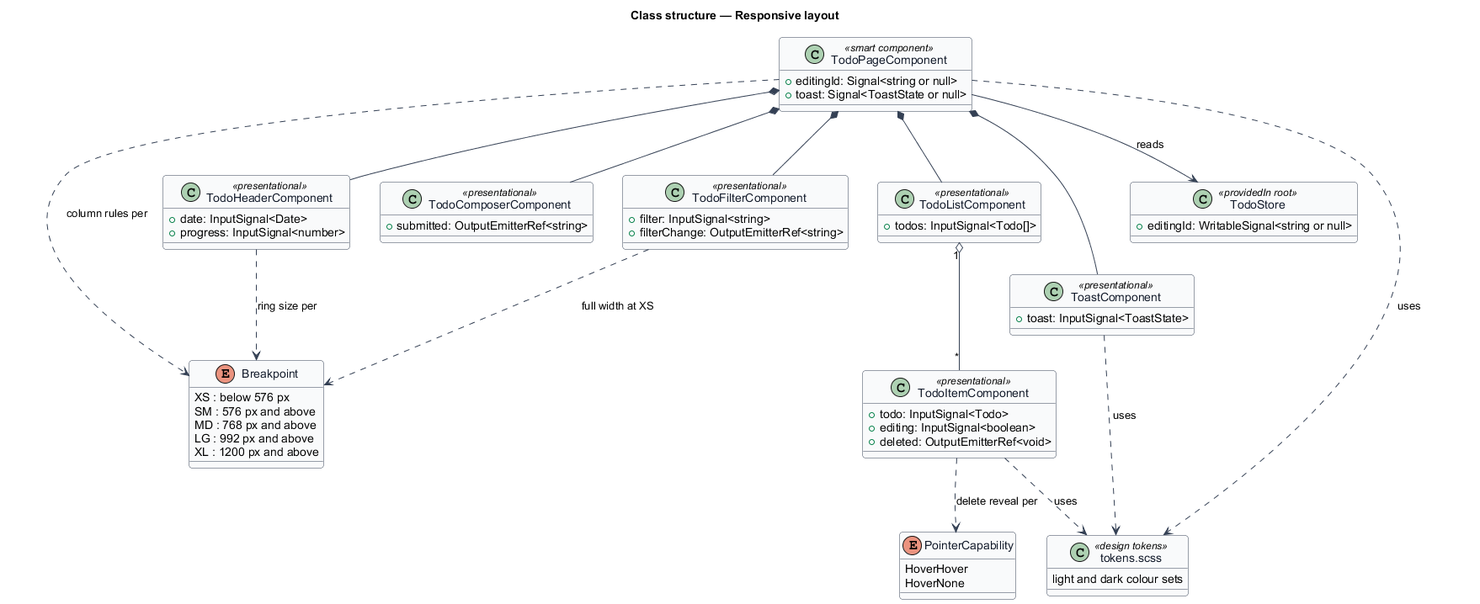
QuinntyneBrown/php-todo-lab keeps this PlantUML diagram as docs/detailed-designs/interface/responsive-layout/diagrams/class-structure.png. Above is the earlier version. Source of this version:
```plantuml
@startuml
skinparam backgroundColor #FFFFFF
skinparam shadowing false
skinparam roundcorner 8
skinparam defaultFontName Arial
skinparam ArrowColor #344054
skinparam class {
  BorderColor #344054
  FontColor #101828
  BackgroundColor #F9FAFB
}
title Class structure — Responsive layout

enum Breakpoint {
  XS : below 576 px
  SM : 576 px and above
  MD : 768 px and above
  LG : 992 px and above
  XL : 1200 px and above
}

enum PointerCapability {
  HoverHover
  HoverNone
}

class TodoPageComponent <<smart component>> {
  +editingId: Signal<string or null>
  +toast: Signal<ToastState or null>
}

class TodoHeaderComponent <<presentational>> {
  +date: InputSignal<Date>
  +progress: InputSignal<number>
}

class TodoComposerComponent <<presentational>> {
  +submitted: OutputEmitterRef<string>
}

class TodoFilterComponent <<presentational>> {
  +filter: InputSignal<string>
  +filterChange: OutputEmitterRef<string>
}

class TodoListComponent <<presentational>> {
  +todos: InputSignal<Todo[]>
}

class TodoItemComponent <<presentational>> {
  +todo: InputSignal<Todo>
  +editing: InputSignal<boolean>
  +deleted: OutputEmitterRef<void>
}

class ToastComponent <<presentational>> {
  +toast: InputSignal<ToastState>
}

class TodoStore <<providedIn root>> {
  +editingId: WritableSignal<string or null>
}

class "tokens.scss" as Tokens <<design tokens>> {
  light and dark colour sets
}

TodoPageComponent *-- TodoHeaderComponent
TodoPageComponent *-- TodoComposerComponent
TodoPageComponent *-- TodoFilterComponent
TodoPageComponent *-- TodoListComponent
TodoPageComponent *-- ToastComponent
TodoListComponent "1" o-- "*" TodoItemComponent
TodoPageComponent --> TodoStore : reads
TodoPageComponent ..> Breakpoint : column rules per
TodoHeaderComponent ..> Breakpoint : ring size per
TodoFilterComponent ..> Breakpoint : full width at XS
TodoItemComponent ..> PointerCapability : delete reveal per
TodoPageComponent ..> Tokens : uses
TodoItemComponent ..> Tokens : uses
ToastComponent ..> Tokens : uses
@enduml
```
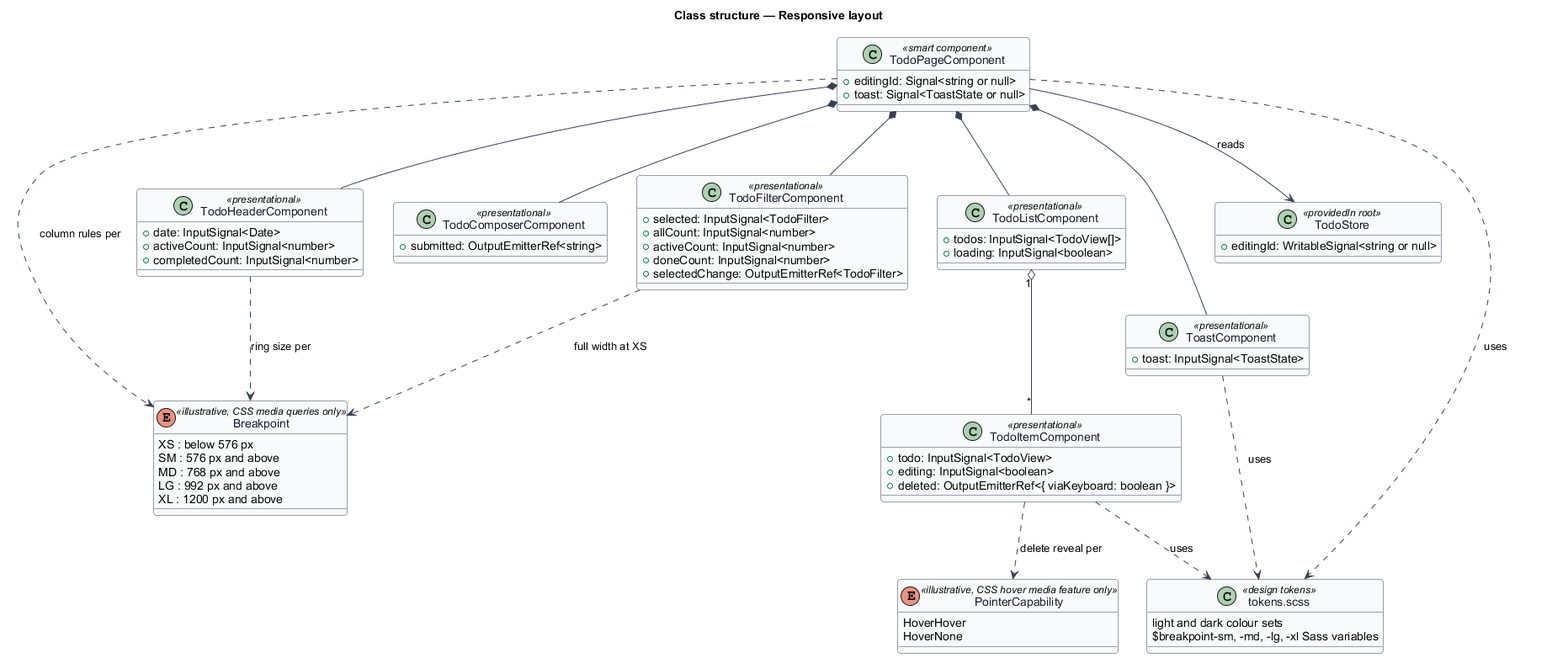
After the change.

The edit, as a diff of the source:
```diff
@@ -11,7 +11,7 @@
 }
 title Class structure — Responsive layout
 
-enum Breakpoint {
+enum Breakpoint <<illustrative, CSS media queries only>> {
   XS : below 576 px
   SM : 576 px and above
   MD : 768 px and above
@@ -19,7 +19,7 @@
   XL : 1200 px and above
 }
 
-enum PointerCapability {
+enum PointerCapability <<illustrative, CSS hover media feature only>> {
   HoverHover
   HoverNone
 }
@@ -31,7 +31,8 @@
 
 class TodoHeaderComponent <<presentational>> {
   +date: InputSignal<Date>
-  +progress: InputSignal<number>
+  +activeCount: InputSignal<number>
+  +completedCount: InputSignal<number>
 }
 
 class TodoComposerComponent <<presentational>> {
@@ -39,18 +40,22 @@
 }
 
 class TodoFilterComponent <<presentational>> {
-  +filter: InputSignal<string>
-  +filterChange: OutputEmitterRef<string>
+  +selected: InputSignal<TodoFilter>
+  +allCount: InputSignal<number>
+  +activeCount: InputSignal<number>
+  +doneCount: InputSignal<number>
+  +selectedChange: OutputEmitterRef<TodoFilter>
 }
 
 class TodoListComponent <<presentational>> {
-  +todos: InputSignal<Todo[]>
+  +todos: InputSignal<TodoView[]>
+  +loading: InputSignal<boolean>
 }
 
 class TodoItemComponent <<presentational>> {
-  +todo: InputSignal<Todo>
+  +todo: InputSignal<TodoView>
   +editing: InputSignal<boolean>
-  +deleted: OutputEmitterRef<void>
+  +deleted: OutputEmitterRef<{ viaKeyboard: boolean }>
 }
 
 class ToastComponent <<presentational>> {
@@ -63,6 +68,7 @@
 
 class "tokens.scss" as Tokens <<design tokens>> {
   light and dark colour sets
+  $breakpoint-sm, -md, -lg, -xl Sass variables
 }
 
 TodoPageComponent *-- TodoHeaderComponent
```
